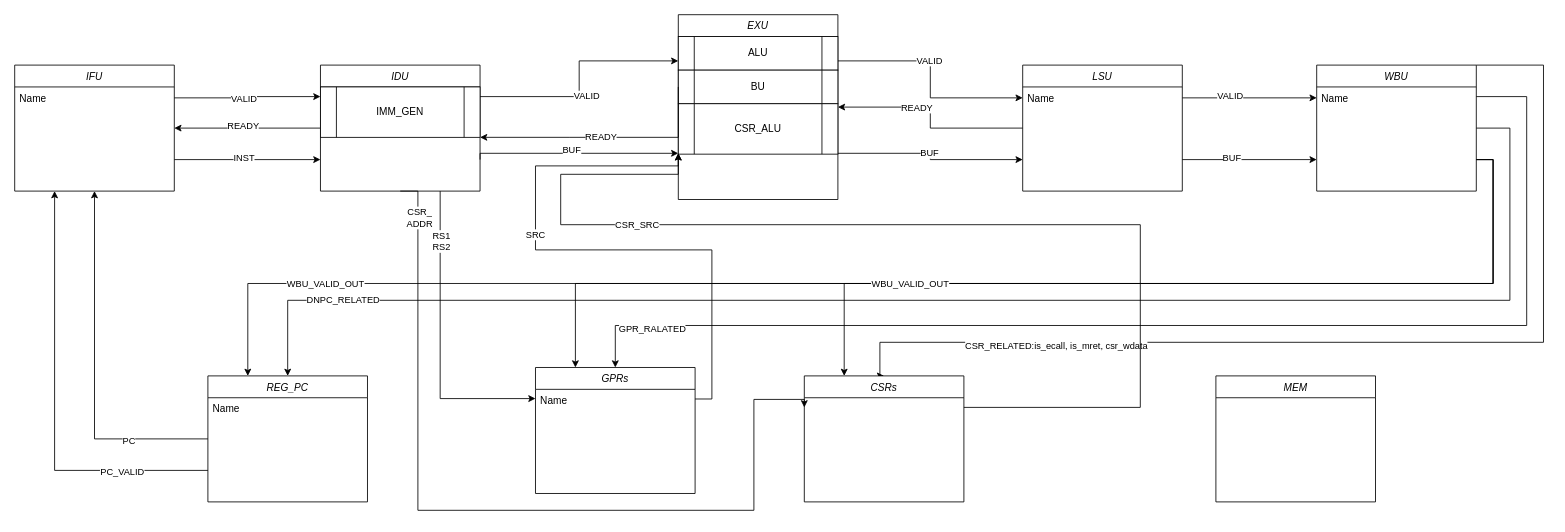
Earlier version of the draw.io diagram efactor_npc.drawio (rand-kcs/demo). Source tidied: cells renumbered, new cells numbered last; positions are measured from the earlier drawing's top-left corner, leaving out a move shared by most shapes. Both pictures are drawn from the tidied source at 84%, with x=0, y=0 at pixel (14, 14).
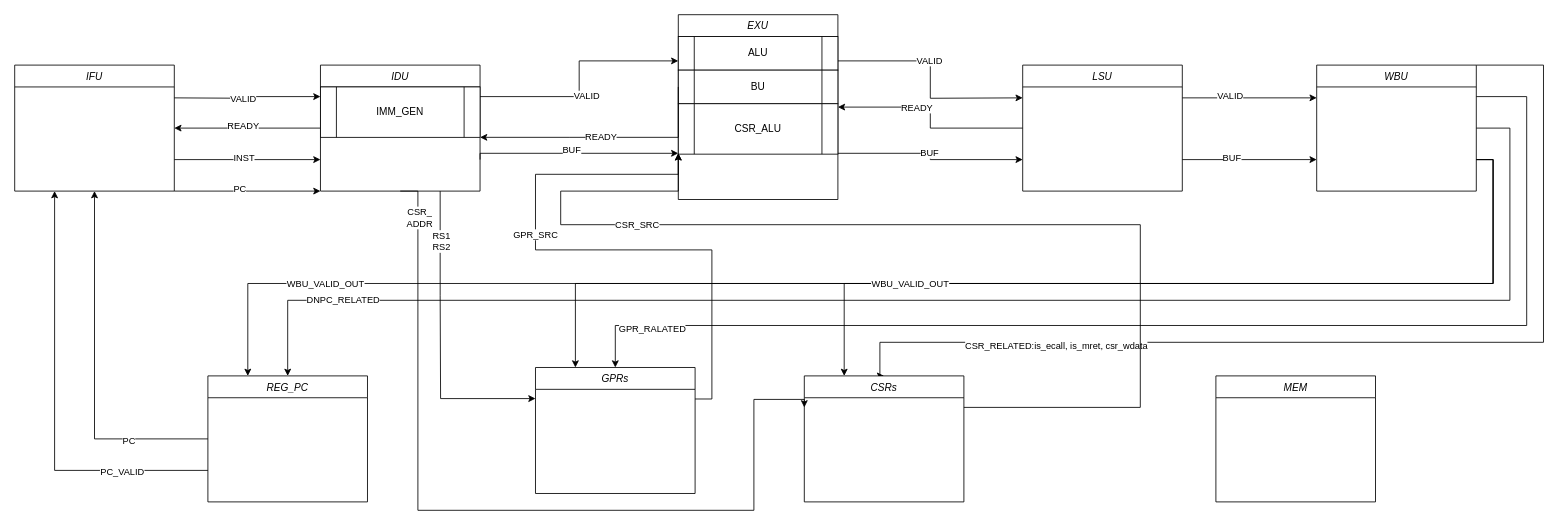
The same page after the edit.

The change refers to these unchanged cells:
```xml
<mxCell id="4" value="IFU" style="swimlane;fontStyle=2;align=center;verticalAlign=top;horizontal=1;startSize=26;rounded=0;shadow=0;strokeWidth=1;" parent="1" vertex="1">
  <mxGeometry y="60" width="190" height="150" as="geometry" />
</mxCell>
<mxCell id="17" value="WBU" style="swimlane;fontStyle=2;align=center;verticalAlign=top;horizontal=1;startSize=26;rounded=0;shadow=0;strokeWidth=1;" parent="1" vertex="1">
  <mxGeometry x="1550" y="60" width="190" height="150" as="geometry" />
</mxCell>
<mxCell id="23" value="EXU" style="swimlane;fontStyle=2;align=center;verticalAlign=top;horizontal=1;startSize=26;rounded=0;shadow=0;strokeWidth=1;" parent="1" vertex="1">
  <mxGeometry x="790" width="190" height="220" as="geometry" />
</mxCell>
<mxCell id="37" value="IDU" style="swimlane;fontStyle=2;align=center;verticalAlign=top;horizontal=1;startSize=26;rounded=0;shadow=0;strokeWidth=1;" parent="1" vertex="1">
  <mxGeometry x="364" y="60" width="190" height="150" as="geometry" />
</mxCell>
<mxCell id="43" value="LSU" style="swimlane;fontStyle=2;align=center;verticalAlign=top;horizontal=1;startSize=26;rounded=0;shadow=0;strokeWidth=1;" parent="1" vertex="1">
  <mxGeometry x="1200" y="60" width="190" height="150" as="geometry" />
</mxCell>
<mxCell id="48" value="GPRs" style="swimlane;fontStyle=2;align=center;verticalAlign=top;horizontal=1;startSize=26;rounded=0;shadow=0;strokeWidth=1;" parent="1" vertex="1">
  <mxGeometry x="620" y="420" width="190" height="150" as="geometry" />
</mxCell>
<mxCell id="54" value="REG_PC" style="swimlane;fontStyle=2;align=center;verticalAlign=top;horizontal=1;startSize=26;rounded=0;shadow=0;strokeWidth=1;" parent="1" vertex="1">
  <mxGeometry x="230" y="430" width="190" height="150" as="geometry" />
</mxCell>
<mxCell id="62" value="CSRs" style="swimlane;fontStyle=2;align=center;verticalAlign=top;horizontal=1;startSize=26;rounded=0;shadow=0;strokeWidth=1;" parent="1" vertex="1">
  <mxGeometry x="940" y="430" width="190" height="150" as="geometry" />
</mxCell>
```

Diff of the diagram source:
```diff
@@
+    <mxCell id="65" style="edgeStyle=orthogonalEdgeStyle;rounded=0;jettySize=auto;html=1;exitX=1;exitY=1;exitDx=0;exitDy=0;entryX=0;entryY=1;entryDx=0;entryDy=0;" parent="1" edge="1" source="4" target="37">
+      <mxGeometry relative="1" as="geometry">
+        <Array as="points">
+          <mxPoint x="280" y="210" />
+          <mxPoint x="280" y="210" />
+        </Array>
+      </mxGeometry>
+    </mxCell>
+    <mxCell id="66" value="PC" style="edgeLabel;html=1;align=center;verticalAlign=middle;" parent="65" vertex="1">
+      <mxGeometry x="-0.12" y="3" relative="1" as="geometry" />
+    </mxCell>
@@
-    <mxCell id="5" value="Name" style="text;align=left;verticalAlign=top;spacingLeft=4;spacingRight=4;overflow=hidden;points=[[0,0.5],[1,0.5]];portConstraint=eastwest;" parent="4" vertex="1">
-      <mxGeometry y="26" width="190" height="26" as="geometry" />
-    </mxCell>
@@
-    <mxCell id="18" value="Name" style="text;align=left;verticalAlign=top;spacingLeft=4;spacingRight=4;overflow=hidden;points=[[0,0.5],[1,0.5]];portConstraint=eastwest;" parent="17" vertex="1">
-      <mxGeometry y="26" width="190" height="26" as="geometry" />
-    </mxCell>
-    <mxCell id="19" style="edgeStyle=orthogonalEdgeStyle;rounded=0;jettySize=auto;html=1;exitX=1;exitY=0.25;exitDx=0;exitDy=0;entryX=0;entryY=0.5;entryDx=0;entryDy=0;" parent="1" edge="1" source="23" target="44">
-      <mxGeometry relative="1" as="geometry" />
+    <mxCell id="19" style="edgeStyle=orthogonalEdgeStyle;rounded=0;jettySize=auto;html=1;exitX=1;exitY=0.25;exitDx=0;exitDy=0;entryX=0;entryY=0.5;entryDx=0;entryDy=0;" parent="1" edge="1" source="23">
+      <mxGeometry relative="1" as="geometry">
+        <mxPoint x="1200" y="99" as="targetPoint" />
+      </mxGeometry>
     </mxCell>
@@
-    <mxCell id="31" style="edgeStyle=orthogonalEdgeStyle;rounded=0;jettySize=auto;html=1;exitX=0.75;exitY=1;exitDx=0;exitDy=0;entryX=0;entryY=0.5;entryDx=0;entryDy=0;" parent="1" edge="1" source="37" target="49">
-      <mxGeometry relative="1" as="geometry" />
+    <mxCell id="31" style="edgeStyle=orthogonalEdgeStyle;rounded=0;jettySize=auto;html=1;exitX=0.75;exitY=1;exitDx=0;exitDy=0;entryX=0;entryY=0.5;entryDx=0;entryDy=0;" parent="1" edge="1" source="37">
+      <mxGeometry relative="1" as="geometry">
+        <mxPoint x="620" y="457" as="targetPoint" />
+        <Array as="points">
+          <mxPoint x="507" y="334" />
+          <mxPoint x="507" y="457" />
+        </Array>
+      </mxGeometry>
     </mxCell>
@@
-    <mxCell id="44" value="Name" style="text;align=left;verticalAlign=top;spacingLeft=4;spacingRight=4;overflow=hidden;points=[[0,0.5],[1,0.5]];portConstraint=eastwest;" parent="43" vertex="1">
-      <mxGeometry y="26" width="190" height="26" as="geometry" />
-    </mxCell>
@@
     <mxCell id="46" style="edgeStyle=orthogonalEdgeStyle;rounded=0;jettySize=auto;html=1;exitX=1;exitY=0.25;exitDx=0;exitDy=0;entryX=0;entryY=0.75;entryDx=0;entryDy=0;" parent="1" edge="1" source="48" target="23">
       <mxGeometry relative="1" as="geometry">
         <Array as="points">
           <mxPoint x="830" y="458" />
           <mxPoint x="830" y="280" />
           <mxPoint x="620" y="280" />
-          <mxPoint x="620" y="180" />
-          <mxPoint x="790" y="180" />
+          <mxPoint x="620" y="190" />
+          <mxPoint x="790" y="190" />
         </Array>
       </mxGeometry>
     </mxCell>
-    <mxCell id="47" value="SRC" style="edgeLabel;html=1;align=center;verticalAlign=middle;" parent="46" vertex="1">
+    <mxCell id="47" value="GPR_SRC" style="edgeLabel;html=1;align=center;verticalAlign=middle;" parent="46" vertex="1">
       <mxGeometry x="0.23" y="1" relative="1" as="geometry" />
     </mxCell>
@@
-    <mxCell id="49" value="Name" style="text;align=left;verticalAlign=top;spacingLeft=4;spacingRight=4;overflow=hidden;points=[[0,0.5],[1,0.5]];portConstraint=eastwest;" parent="48" vertex="1">
-      <mxGeometry y="26" width="190" height="22" as="geometry" />
-    </mxCell>
@@
-    <mxCell id="55" value="Name" style="text;align=left;verticalAlign=top;spacingLeft=4;spacingRight=4;overflow=hidden;" parent="54" vertex="1">
-      <mxGeometry y="26" width="190" height="22" as="geometry" />
-    </mxCell>
-    <mxCell id="56" style="edgeStyle=orthogonalEdgeStyle;rounded=0;jettySize=auto;html=1;exitX=1;exitY=0.5;exitDx=0;exitDy=0;entryX=0;entryY=0.5;entryDx=0;entryDy=0;" parent="1" edge="1" source="44" target="18">
-      <mxGeometry relative="1" as="geometry" />
+    <mxCell id="56" style="edgeStyle=orthogonalEdgeStyle;rounded=0;orthogonalLoop=1;jettySize=auto;html=1;exitX=1;exitY=0.5;exitDx=0;exitDy=0;entryX=0;entryY=0.5;entryDx=0;entryDy=0;" parent="1" edge="1">
+      <mxGeometry relative="1" as="geometry">
+        <mxPoint x="1390" y="99" as="sourcePoint" />
+        <mxPoint x="1550" y="99" as="targetPoint" />
+      </mxGeometry>
     </mxCell>
@@
     <mxCell id="60" style="edgeStyle=orthogonalEdgeStyle;rounded=0;jettySize=auto;html=1;exitX=1;exitY=0.25;exitDx=0;exitDy=0;entryX=0;entryY=0.75;entryDx=0;entryDy=0;" parent="1" edge="1" source="62" target="23">
       <mxGeometry relative="1" as="geometry">
         <Array as="points">
           <mxPoint x="1340" y="468" />
           <mxPoint x="1340" y="250" />
           <mxPoint x="650" y="250" />
-          <mxPoint x="650" y="190" />
-          <mxPoint x="790" y="190" />
+          <mxPoint x="650" y="210" />
+          <mxPoint x="790" y="210" />
         </Array>
       </mxGeometry>
     </mxCell>
@@
-    <mxCell id="63" style="edgeStyle=orthogonalEdgeStyle;rounded=0;jettySize=auto;html=1;exitX=1;exitY=0.5;exitDx=0;exitDy=0;entryX=0;entryY=0.25;entryDx=0;entryDy=0;" parent="1" edge="1" source="5" target="37">
-      <mxGeometry relative="1" as="geometry" />
+    <mxCell id="63" style="edgeStyle=orthogonalEdgeStyle;rounded=0;jettySize=auto;html=1;exitX=1;exitY=0.5;exitDx=0;exitDy=0;entryX=0;entryY=0.25;entryDx=0;entryDy=0;" parent="1" edge="1" target="37">
+      <mxGeometry relative="1" as="geometry">
+        <mxPoint x="190" y="99" as="sourcePoint" />
+      </mxGeometry>
     </mxCell>
```
